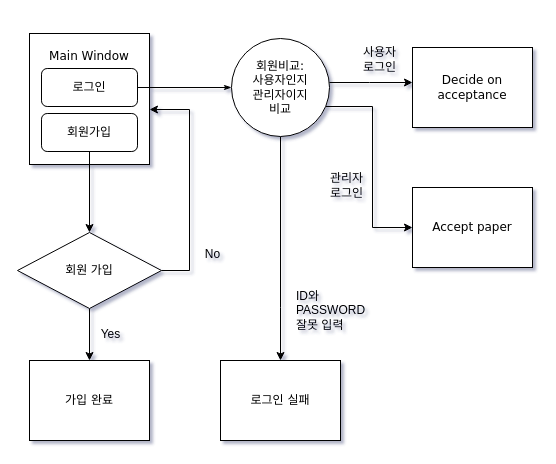
Before: 제목 없는 다이어그램.drawio in uubi-0/2018.12.23_Movie-Reservation, a draw.io diagram. Source tidied: cells renumbered, new cells numbered last; positions are measured from the earlier drawing's top-left corner, leaving out a move shared by most shapes. Both pictures are drawn from the tidied source at 100%, with x=0, y=0 at pixel (17, 33).
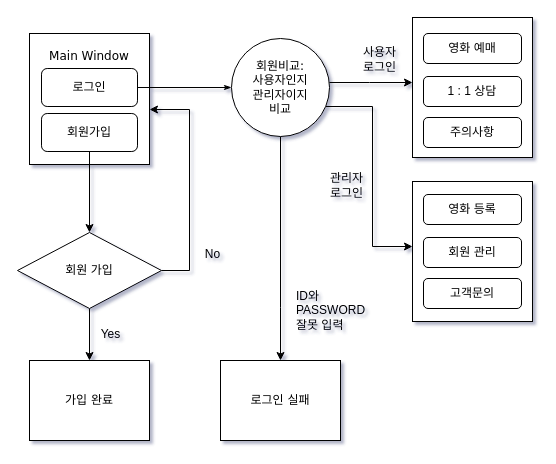
The same diagram, later.

Commit message (it also covers changes not shown here):
제목 없는 다이어그램.drawio 업데이트

Unchanged cells that the change refers to:
```xml
<mxCell id="8" value="회원비교:&lt;br&gt;사용자인지&lt;br&gt;관리자이지&lt;br&gt;비교" style="ellipse;whiteSpace=wrap;html=1;rounded=0;shadow=0;labelBackgroundColor=none;strokeWidth=1;fontFamily=Verdana;fontSize=12;align=center;" parent="1" vertex="1">
  <mxGeometry x="214" y="5" width="98" height="98" as="geometry" />
</mxCell>
```

Change to the diagram source:
```diff
@@
+    <mxCell id="12" style="rounded=0;whiteSpace=wrap;html=1;shadow=0;labelBackgroundColor=none;strokeWidth=1;fontFamily=Verdana;fontSize=12;align=center;" parent="1" vertex="1">
+      <mxGeometry x="395" y="148" width="120" height="140" as="geometry" />
+    </mxCell>
+    <mxCell id="11" style="rounded=0;whiteSpace=wrap;html=1;shadow=0;labelBackgroundColor=none;strokeWidth=1;fontFamily=Verdana;fontSize=12;align=center;" parent="1" vertex="1">
+      <mxGeometry x="395" y="-16" width="120" height="140" as="geometry" />
+    </mxCell>
@@
     <mxCell id="6" style="edgeStyle=orthogonalEdgeStyle;rounded=0;jettySize=auto;html=1;labelBackgroundColor=default;" parent="1" edge="1" source="8" target="12">
       <mxGeometry relative="1" as="geometry">
         <Array as="points">
           <mxPoint x="355" y="73" />
-          <mxPoint x="355" y="194" />
+          <mxPoint x="355" y="213" />
         </Array>
       </mxGeometry>
     </mxCell>
@@
-    <mxCell id="11" value="Decide on acceptance" style="rounded=0;whiteSpace=wrap;html=1;shadow=0;labelBackgroundColor=none;strokeWidth=1;fontFamily=Verdana;fontSize=12;align=center;" parent="1" vertex="1">
-      <mxGeometry x="395" y="14" width="120" height="80" as="geometry" />
-    </mxCell>
-    <mxCell id="12" value="Accept paper" style="rounded=0;whiteSpace=wrap;html=1;shadow=0;labelBackgroundColor=none;strokeWidth=1;fontFamily=Verdana;fontSize=12;align=center;" parent="1" vertex="1">
-      <mxGeometry x="395" y="154" width="120" height="80" as="geometry" />
-    </mxCell>
@@
+    <mxCell id="23" value="영화 예매" style="rounded=1;whiteSpace=wrap;html=1;" parent="1" vertex="1">
+      <mxGeometry x="406" width="98" height="30" as="geometry" />
+    </mxCell>
+    <mxCell id="24" value="1 : 1 상담" style="rounded=1;whiteSpace=wrap;html=1;" parent="1" vertex="1">
+      <mxGeometry x="406" y="43" width="98" height="30" as="geometry" />
+    </mxCell>
+    <mxCell id="25" value="주의사항" style="rounded=1;whiteSpace=wrap;html=1;" parent="1" vertex="1">
+      <mxGeometry x="406" y="84" width="98" height="30" as="geometry" />
+    </mxCell>
+    <mxCell id="26" value="영화 등록" style="rounded=1;whiteSpace=wrap;html=1;" parent="1" vertex="1">
+      <mxGeometry x="406" y="161" width="98" height="30" as="geometry" />
+    </mxCell>
+    <mxCell id="27" value="회원 관리" style="rounded=1;whiteSpace=wrap;html=1;" parent="1" vertex="1">
+      <mxGeometry x="406" y="204" width="98" height="30" as="geometry" />
+    </mxCell>
+    <mxCell id="28" value="고객문의" style="rounded=1;whiteSpace=wrap;html=1;" parent="1" vertex="1">
+      <mxGeometry x="406" y="245" width="98" height="30" as="geometry" />
+    </mxCell>
```
